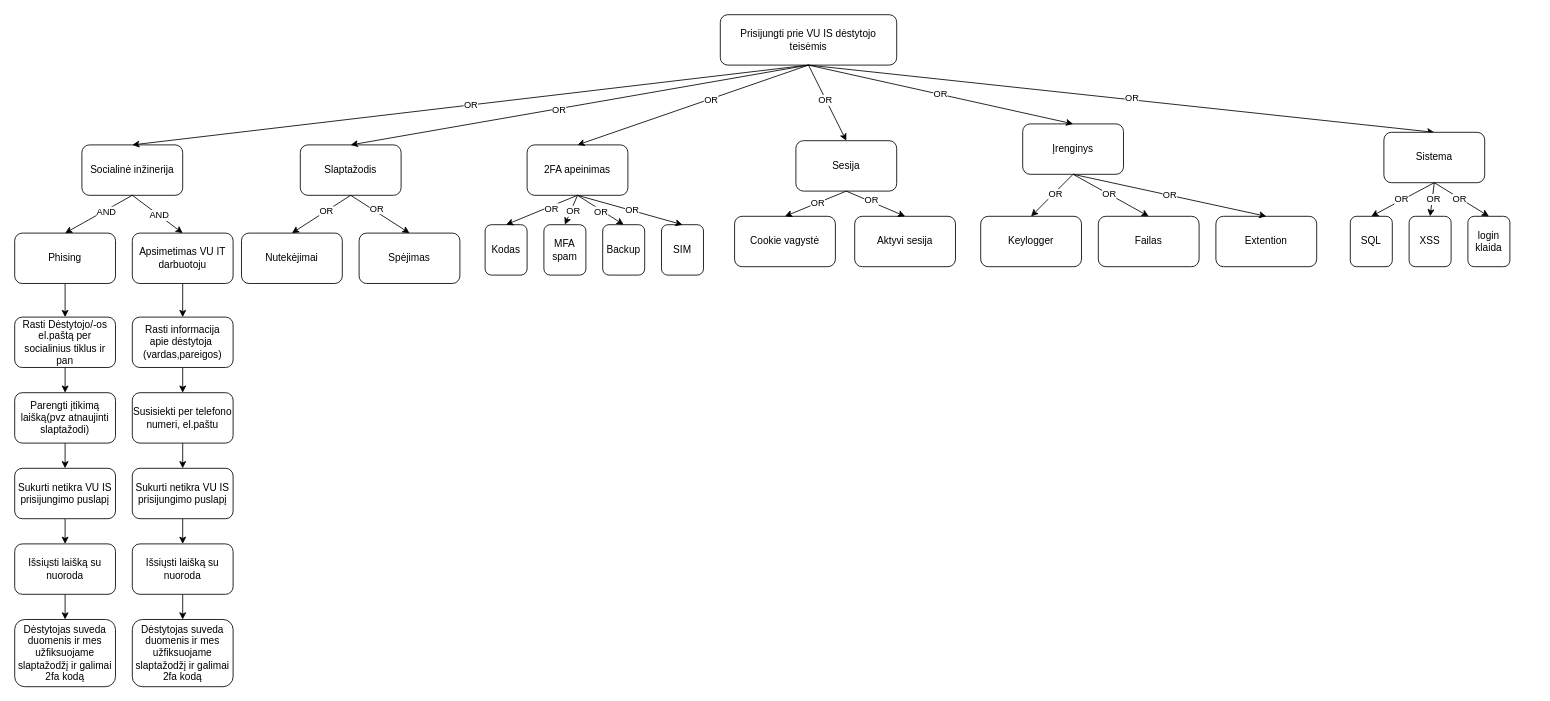
Earlier version of the draw.io diagram Diagrama be pavadinimo.drawio (ViktorijaPo/Notesapp). Source tidied: cells renumbered, new cells numbered last; positions are measured from the earlier drawing's top-left corner, leaving out a move shared by most shapes. Both pictures are drawn from the tidied source at 84%, with x=0, y=0 at pixel (14, 14).
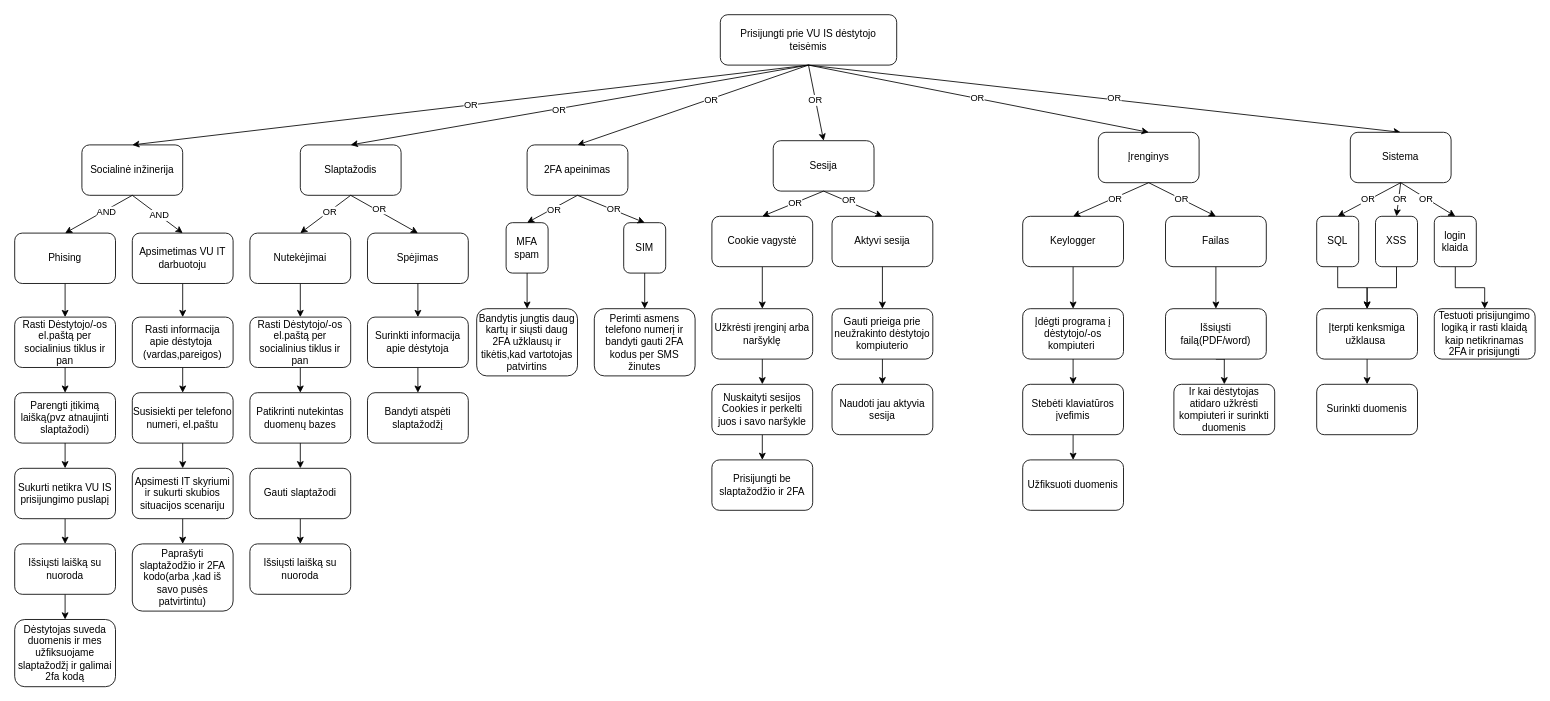
The same diagram, later.

Unchanged cells that the change refers to:
```xml
<mxCell id="6" value="2FA apeinimas" style="rounded=1;whiteSpace=wrap;html=1;" parent="1" vertex="1">
  <mxGeometry x="610" y="155" width="120" height="60" as="geometry" />
</mxCell>
```

The edit, as a diff of the source:
```diff
@@
     <mxCell id="4" value="Įrenginys" style="rounded=1;whiteSpace=wrap;html=1;" parent="1" vertex="1">
-      <mxGeometry x="1200" y="130" width="120" height="60" as="geometry" />
+      <mxGeometry x="1290" y="140" width="120" height="60" as="geometry" />
     </mxCell>
     <mxCell id="5" value="Sesija" style="rounded=1;whiteSpace=wrap;html=1;" parent="1" vertex="1">
-      <mxGeometry x="930" y="150" width="120" height="60" as="geometry" />
+      <mxGeometry x="903" y="150" width="120" height="60" as="geometry" />
     </mxCell>
@@
     <mxCell id="19" value="Sistema" style="rounded=1;whiteSpace=wrap;html=1;" parent="1" vertex="1">
-      <mxGeometry x="1630" y="140" width="120" height="60" as="geometry" />
+      <mxGeometry x="1590" y="140" width="120" height="60" as="geometry" />
     </mxCell>
@@
     <mxCell id="28" value="Spėjimas" style="rounded=1;whiteSpace=wrap;html=1;" parent="1" vertex="1">
-      <mxGeometry x="410" y="260" width="120" height="60" as="geometry" />
+      <mxGeometry x="420" y="260" width="120" height="60" as="geometry" />
     </mxCell>
+    <mxCell id="87" style="edgeStyle=orthogonalEdgeStyle;rounded=0;jettySize=auto;html=1;exitX=0.5;exitY=1;exitDx=0;exitDy=0;entryX=0.5;entryY=0;entryDx=0;entryDy=0;" parent="1" edge="1" source="29" target="97">
+      <mxGeometry relative="1" as="geometry" />
+    </mxCell>
     <mxCell id="29" value="Nutekėjimai" style="rounded=1;whiteSpace=wrap;html=1;" parent="1" vertex="1">
-      <mxGeometry x="270" y="260" width="120" height="60" as="geometry" />
+      <mxGeometry x="280" y="260" width="120" height="60" as="geometry" />
     </mxCell>
@@
-    <mxCell id="34" value="Kodas" style="rounded=1;whiteSpace=wrap;html=1;" parent="1" vertex="1">
-      <mxGeometry x="560" y="250" width="50" height="60" as="geometry" />
-    </mxCell>
-    <mxCell id="35" value="Backup" style="rounded=1;whiteSpace=wrap;html=1;" parent="1" vertex="1">
-      <mxGeometry x="700" y="250" width="50" height="60" as="geometry" />
-    </mxCell>
+    <mxCell id="88" style="edgeStyle=orthogonalEdgeStyle;rounded=0;jettySize=auto;html=1;exitX=0.5;exitY=1;exitDx=0;exitDy=0;entryX=0.5;entryY=0;entryDx=0;entryDy=0;" parent="1" edge="1" source="36" target="107">
+      <mxGeometry relative="1" as="geometry" />
+    </mxCell>
     <mxCell id="36" value="MFA spam" style="rounded=1;whiteSpace=wrap;html=1;" parent="1" vertex="1">
-      <mxGeometry x="630" y="250" width="50" height="60" as="geometry" />
+      <mxGeometry x="585" y="247.6" width="50" height="60" as="geometry" />
     </mxCell>
+    <mxCell id="89" style="edgeStyle=orthogonalEdgeStyle;rounded=0;jettySize=auto;html=1;exitX=0.5;exitY=1;exitDx=0;exitDy=0;entryX=0.5;entryY=0;entryDx=0;entryDy=0;" parent="1" edge="1" source="37" target="108">
+      <mxGeometry relative="1" as="geometry" />
+    </mxCell>
     <mxCell id="37" value="SIM" style="rounded=1;whiteSpace=wrap;html=1;" parent="1" vertex="1">
-      <mxGeometry x="770" y="250" width="50" height="60" as="geometry" />
+      <mxGeometry x="725" y="247.6" width="50" height="60" as="geometry" />
     </mxCell>
-    <mxCell id="38" style="endArrow=classic;html=1;rounded=0;entryX=0.5;entryY=0;entryDx=0;entryDy=0;exitX=0.5;exitY=1;exitDx=0;exitDy=0;" parent="1" edge="1" source="6" target="34">
-      <mxGeometry relative="1" as="geometry" />
-    </mxCell>
-    <mxCell id="39" value="OR" style="edgeLabel;html=1;align=center;verticalAlign=middle;" parent="38" vertex="1">
-      <mxGeometry x="-0.23" y="2" relative="1" as="geometry" />
-    </mxCell>
@@
-    <mxCell id="42" style="endArrow=classic;html=1;rounded=0;entryX=0.5;entryY=0;entryDx=0;entryDy=0;exitX=0.5;exitY=1;exitDx=0;exitDy=0;" parent="1" edge="1" source="6" target="35">
-      <mxGeometry relative="1" as="geometry" />
-    </mxCell>
-    <mxCell id="43" value="OR" style="edgeLabel;html=1;align=center;verticalAlign=middle;" parent="42" vertex="1">
-      <mxGeometry x="0.04" y="-2" relative="1" as="geometry" />
-    </mxCell>
@@
     <mxCell id="46" value="Aktyvi sesija" style="rounded=1;whiteSpace=wrap;html=1;" parent="1" vertex="1">
-      <mxGeometry x="1000" y="240" width="120" height="60" as="geometry" />
+      <mxGeometry x="973" y="240" width="120" height="60" as="geometry" />
     </mxCell>
+    <mxCell id="90" style="edgeStyle=orthogonalEdgeStyle;rounded=0;jettySize=auto;html=1;exitX=0.5;exitY=1;exitDx=0;exitDy=0;entryX=0.5;entryY=0;entryDx=0;entryDy=0;" parent="1" edge="1" source="47" target="110">
+      <mxGeometry relative="1" as="geometry" />
+    </mxCell>
     <mxCell id="47" value="Cookie vagystė" style="rounded=1;whiteSpace=wrap;html=1;" parent="1" vertex="1">
-      <mxGeometry x="857" y="240" width="120" height="60" as="geometry" />
+      <mxGeometry x="830" y="240" width="120" height="60" as="geometry" />
     </mxCell>
@@
-    <mxCell id="52" value="Extention" style="rounded=1;whiteSpace=wrap;html=1;" parent="1" vertex="1">
-      <mxGeometry x="1430" y="240" width="120" height="60" as="geometry" />
-    </mxCell>
+    <mxCell id="91" style="edgeStyle=orthogonalEdgeStyle;rounded=0;jettySize=auto;html=1;exitX=0.5;exitY=1;exitDx=0;exitDy=0;entryX=0.5;entryY=0;entryDx=0;entryDy=0;" parent="1" edge="1" source="53" target="124">
+      <mxGeometry relative="1" as="geometry" />
+    </mxCell>
     <mxCell id="53" value="Failas" style="rounded=1;whiteSpace=wrap;html=1;" parent="1" vertex="1">
-      <mxGeometry x="1290" y="240" width="120" height="60" as="geometry" />
+      <mxGeometry x="1370" y="240" width="120" height="60" as="geometry" />
     </mxCell>
+    <mxCell id="92" style="edgeStyle=orthogonalEdgeStyle;rounded=0;jettySize=auto;html=1;exitX=0.5;exitY=1;exitDx=0;exitDy=0;entryX=0.5;entryY=0;entryDx=0;entryDy=0;" parent="1" edge="1" source="54" target="119">
+      <mxGeometry relative="1" as="geometry" />
+    </mxCell>
     <mxCell id="54" value="Keylogger" style="rounded=1;whiteSpace=wrap;html=1;" parent="1" vertex="1">
-      <mxGeometry x="1150" y="240" width="120" height="60" as="geometry" />
+      <mxGeometry x="1200" y="240" width="120" height="60" as="geometry" />
     </mxCell>
@@
-    <mxCell id="59" value="OR" style="endArrow=classic;html=1;rounded=0;entryX=0.5;entryY=0;entryDx=0;entryDy=0;exitX=0.5;exitY=1;exitDx=0;exitDy=0;" parent="1" edge="1" source="4" target="52">
-      <mxGeometry relative="1" as="geometry" />
-    </mxCell>
+    <mxCell id="93" style="edgeStyle=orthogonalEdgeStyle;rounded=0;jettySize=auto;html=1;exitX=0.5;exitY=1;exitDx=0;exitDy=0;entryX=0.5;entryY=0;entryDx=0;entryDy=0;" parent="1" edge="1" source="60" target="127">
+      <mxGeometry relative="1" as="geometry" />
+    </mxCell>
     <mxCell id="60" value="SQL" style="rounded=1;whiteSpace=wrap;html=1;" parent="1" vertex="1">
-      <mxGeometry x="1590" y="240" width="50" height="60" as="geometry" />
+      <mxGeometry x="1550" y="240" width="50" height="60" as="geometry" />
     </mxCell>
+    <mxCell id="94" style="edgeStyle=orthogonalEdgeStyle;rounded=0;jettySize=auto;html=1;exitX=0.5;exitY=1;exitDx=0;exitDy=0;entryX=0.5;entryY=0;entryDx=0;entryDy=0;" parent="1" edge="1" source="61" target="127">
+      <mxGeometry relative="1" as="geometry" />
+    </mxCell>
     <mxCell id="61" value="XSS" style="rounded=1;whiteSpace=wrap;html=1;" parent="1" vertex="1">
-      <mxGeometry x="1660" y="240" width="50" height="60" as="geometry" />
+      <mxGeometry x="1620" y="240" width="50" height="60" as="geometry" />
     </mxCell>
+    <mxCell id="95" style="edgeStyle=orthogonalEdgeStyle;rounded=0;jettySize=auto;html=1;exitX=0.5;exitY=1;exitDx=0;exitDy=0;entryX=0.5;entryY=0;entryDx=0;entryDy=0;" parent="1" edge="1" source="62" target="129">
+      <mxGeometry relative="1" as="geometry" />
+    </mxCell>
     <mxCell id="62" value="login klaida" style="rounded=1;whiteSpace=wrap;html=1;" parent="1" vertex="1">
-      <mxGeometry x="1730" y="240" width="50" height="60" as="geometry" />
+      <mxGeometry x="1690" y="240" width="50" height="60" as="geometry" />
     </mxCell>
@@
-    <mxCell id="83" value="Sukurti netikra VU IS prisijungimo puslapį" style="rounded=1;whiteSpace=wrap;html=1;" parent="1" vertex="1">
+    <mxCell id="83" value="Apsimesti IT skyriumi&lt;div&gt;ir sukurti skubios situacijos scenariju&lt;/div&gt;" style="rounded=1;whiteSpace=wrap;html=1;" parent="1" vertex="1">
       <mxGeometry x="140" y="540" width="120" height="60" as="geometry" />
     </mxCell>
-    <mxCell id="84" style="edgeStyle=orthogonalEdgeStyle;rounded=0;jettySize=auto;html=1;exitX=0.5;exitY=1;exitDx=0;exitDy=0;entryX=0.5;entryY=0;entryDx=0;entryDy=0;" parent="1" edge="1" source="85" target="86">
-      <mxGeometry relative="1" as="geometry" />
-    </mxCell>
-    <mxCell id="85" value="Išsiųsti laišką su nuoroda" style="rounded=1;whiteSpace=wrap;html=1;" parent="1" vertex="1">
-      <mxGeometry x="140" y="630" width="120" height="60" as="geometry" />
+    <mxCell id="85" value="Paprašyti slaptažodžio ir 2FA kodo(arba ,kad iš savo pusės patvirtintu)" style="rounded=1;whiteSpace=wrap;html=1;" parent="1" vertex="1">
+      <mxGeometry x="140" y="630" width="120" height="80" as="geometry" />
     </mxCell>
-    <mxCell id="86" value="Dėstytojas suveda duomenis ir mes užfiksuojame slaptažodžį ir galimai 2fa kodą" style="rounded=1;whiteSpace=wrap;html=1;" parent="1" vertex="1">
-      <mxGeometry x="140" y="720" width="120" height="80" as="geometry" />
-    </mxCell>
+    <mxCell id="96" style="edgeStyle=orthogonalEdgeStyle;rounded=0;jettySize=auto;html=1;exitX=0.5;exitY=1;exitDx=0;exitDy=0;entryX=0.5;entryY=0;entryDx=0;entryDy=0;" parent="1" edge="1" source="97" target="99">
+      <mxGeometry relative="1" as="geometry" />
+    </mxCell>
+    <mxCell id="97" value="Rasti Dėstytojo/-os el.paštą per socialinius tiklus ir pan" style="rounded=1;whiteSpace=wrap;html=1;" parent="1" vertex="1">
+      <mxGeometry x="280" y="360" width="120" height="60" as="geometry" />
+    </mxCell>
+    <mxCell id="98" style="edgeStyle=orthogonalEdgeStyle;rounded=0;jettySize=auto;html=1;exitX=0.5;exitY=1;exitDx=0;exitDy=0;entryX=0.5;entryY=0;entryDx=0;entryDy=0;" parent="1" edge="1" source="99" target="101">
+      <mxGeometry relative="1" as="geometry" />
+    </mxCell>
+    <mxCell id="99" value="Patikrinti nutekintas duomenų bazes" style="rounded=1;whiteSpace=wrap;html=1;" parent="1" vertex="1">
+      <mxGeometry x="280" y="450" width="120" height="60" as="geometry" />
+    </mxCell>
+    <mxCell id="100" style="edgeStyle=orthogonalEdgeStyle;rounded=0;jettySize=auto;html=1;exitX=0.5;exitY=1;exitDx=0;exitDy=0;entryX=0.5;entryY=0;entryDx=0;entryDy=0;" parent="1" edge="1" source="101" target="102">
+      <mxGeometry relative="1" as="geometry" />
+    </mxCell>
+    <mxCell id="101" value="Gauti slaptažodi" style="rounded=1;whiteSpace=wrap;html=1;" parent="1" vertex="1">
+      <mxGeometry x="280" y="540" width="120" height="60" as="geometry" />
+    </mxCell>
+    <mxCell id="102" value="Išsiųsti laišką su nuoroda" style="rounded=1;whiteSpace=wrap;html=1;" parent="1" vertex="1">
+      <mxGeometry x="280" y="630" width="120" height="60" as="geometry" />
+    </mxCell>
+    <mxCell id="103" style="edgeStyle=orthogonalEdgeStyle;rounded=0;jettySize=auto;html=1;exitX=0.5;exitY=1;exitDx=0;exitDy=0;entryX=0.5;entryY=0;entryDx=0;entryDy=0;" parent="1" edge="1" source="104" target="105">
+      <mxGeometry relative="1" as="geometry" />
+    </mxCell>
+    <mxCell id="104" value="Surinkti informacija apie dėstytoja" style="rounded=1;whiteSpace=wrap;html=1;" parent="1" vertex="1">
+      <mxGeometry x="420" y="360" width="120" height="60" as="geometry" />
+    </mxCell>
+    <mxCell id="105" value="Bandyti atspėti slaptažodžį" style="rounded=1;whiteSpace=wrap;html=1;" parent="1" vertex="1">
+      <mxGeometry x="420" y="450" width="120" height="60" as="geometry" />
+    </mxCell>
+    <mxCell id="106" style="edgeStyle=orthogonalEdgeStyle;rounded=0;jettySize=auto;html=1;exitX=0.5;exitY=1;exitDx=0;exitDy=0;entryX=0.5;entryY=0;entryDx=0;entryDy=0;" parent="1" edge="1" source="28" target="104">
+      <mxGeometry relative="1" as="geometry" />
+    </mxCell>
+    <mxCell id="107" value="Bandytis jungtis daug kartų ir siųsti daug 2FA užklausų ir tikėtis,kad vartotojas patvirtins" style="rounded=1;whiteSpace=wrap;html=1;" parent="1" vertex="1">
+      <mxGeometry x="550" y="350" width="120" height="80" as="geometry" />
+    </mxCell>
+    <mxCell id="108" value="Perimti asmens telefono numerį ir bandyti gauti 2FA kodus per SMS žinutes" style="rounded=1;whiteSpace=wrap;html=1;" parent="1" vertex="1">
+      <mxGeometry x="690" y="350" width="120" height="80" as="geometry" />
+    </mxCell>
+    <mxCell id="109" style="edgeStyle=orthogonalEdgeStyle;rounded=0;jettySize=auto;html=1;exitX=0.5;exitY=1;exitDx=0;exitDy=0;entryX=0.5;entryY=0;entryDx=0;entryDy=0;" parent="1" edge="1" source="110" target="112">
+      <mxGeometry relative="1" as="geometry" />
+    </mxCell>
+    <mxCell id="110" value="Užkrėsti įrenginį arba naršyklę" style="rounded=1;whiteSpace=wrap;html=1;" parent="1" vertex="1">
+      <mxGeometry x="830" y="350" width="120" height="60" as="geometry" />
+    </mxCell>
+    <mxCell id="111" style="edgeStyle=orthogonalEdgeStyle;rounded=0;jettySize=auto;html=1;exitX=0.5;exitY=1;exitDx=0;exitDy=0;entryX=0.5;entryY=0;entryDx=0;entryDy=0;" parent="1" edge="1" source="112" target="113">
+      <mxGeometry relative="1" as="geometry" />
+    </mxCell>
+    <mxCell id="112" value="Nuskaityti sesijos Cookies ir perkelti juos i savo naršykle" style="rounded=1;whiteSpace=wrap;html=1;" parent="1" vertex="1">
+      <mxGeometry x="830" y="440" width="120" height="60" as="geometry" />
+    </mxCell>
+    <mxCell id="113" value="Prisijungti be slaptažodžio ir 2FA" style="rounded=1;whiteSpace=wrap;html=1;" parent="1" vertex="1">
+      <mxGeometry x="830" y="530" width="120" height="60" as="geometry" />
+    </mxCell>
+    <mxCell id="114" style="edgeStyle=orthogonalEdgeStyle;rounded=0;jettySize=auto;html=1;exitX=0.5;exitY=1;exitDx=0;exitDy=0;entryX=0.5;entryY=0;entryDx=0;entryDy=0;" parent="1" edge="1" source="115" target="117">
+      <mxGeometry relative="1" as="geometry" />
+    </mxCell>
+    <mxCell id="115" value="Gauti prieiga prie neužrakinto dėstytojo kompiuterio" style="rounded=1;whiteSpace=wrap;html=1;" parent="1" vertex="1">
+      <mxGeometry x="973" y="350" width="120" height="60" as="geometry" />
+    </mxCell>
+    <mxCell id="116" style="endArrow=classic;html=1;rounded=0;entryX=0.5;entryY=0;entryDx=0;entryDy=0;exitX=0.5;exitY=1;exitDx=0;exitDy=0;" parent="1" edge="1" source="46" target="115">
+      <mxGeometry relative="1" as="geometry" />
+    </mxCell>
+    <mxCell id="117" value="Naudoti jau aktyvia sesija" style="rounded=1;whiteSpace=wrap;html=1;" parent="1" vertex="1">
+      <mxGeometry x="973" y="440" width="120" height="60" as="geometry" />
+    </mxCell>
+    <mxCell id="118" style="edgeStyle=orthogonalEdgeStyle;rounded=0;jettySize=auto;html=1;exitX=0.5;exitY=1;exitDx=0;exitDy=0;entryX=0.5;entryY=0;entryDx=0;entryDy=0;" parent="1" edge="1" source="119" target="121">
+      <mxGeometry relative="1" as="geometry" />
+    </mxCell>
+    <mxCell id="119" value="Įdėgti programa į dėstytojo/-os kompiuteri&amp;nbsp;" style="rounded=1;whiteSpace=wrap;html=1;" parent="1" vertex="1">
+      <mxGeometry x="1200" y="350" width="120" height="60" as="geometry" />
+    </mxCell>
+    <mxCell id="120" style="edgeStyle=orthogonalEdgeStyle;rounded=0;jettySize=auto;html=1;exitX=0.5;exitY=1;exitDx=0;exitDy=0;entryX=0.5;entryY=0;entryDx=0;entryDy=0;" parent="1" edge="1" source="121" target="122">
+      <mxGeometry relative="1" as="geometry" />
+    </mxCell>
+    <mxCell id="121" value="Stebėti klaviatūros įvefimis" style="rounded=1;whiteSpace=wrap;html=1;" parent="1" vertex="1">
+      <mxGeometry x="1200" y="440" width="120" height="60" as="geometry" />
+    </mxCell>
+    <mxCell id="122" value="Užfiksuoti duomenis" style="rounded=1;whiteSpace=wrap;html=1;" parent="1" vertex="1">
+      <mxGeometry x="1200" y="530" width="120" height="60" as="geometry" />
+    </mxCell>
+    <mxCell id="123" style="edgeStyle=orthogonalEdgeStyle;rounded=0;jettySize=auto;html=1;exitX=0.5;exitY=1;exitDx=0;exitDy=0;entryX=0.5;entryY=0;entryDx=0;entryDy=0;" parent="1" edge="1" source="124" target="125">
+      <mxGeometry relative="1" as="geometry" />
+    </mxCell>
+    <mxCell id="124" value="Išsiųsti failą(PDF/word)" style="rounded=1;whiteSpace=wrap;html=1;" parent="1" vertex="1">
+      <mxGeometry x="1370" y="350" width="120" height="60" as="geometry" />
+    </mxCell>
+    <mxCell id="125" value="Ir kai dėstytojas atidaro užkrėsti kompiuteri ir surinkti duomenis" style="rounded=1;whiteSpace=wrap;html=1;" parent="1" vertex="1">
+      <mxGeometry x="1380" y="440" width="120" height="60" as="geometry" />
+    </mxCell>
+    <mxCell id="126" style="edgeStyle=orthogonalEdgeStyle;rounded=0;jettySize=auto;html=1;exitX=0.5;exitY=1;exitDx=0;exitDy=0;entryX=0.5;entryY=0;entryDx=0;entryDy=0;" parent="1" edge="1" source="127" target="128">
+      <mxGeometry relative="1" as="geometry" />
+    </mxCell>
+    <mxCell id="127" value="Įterpti kenksmiga užklausa&amp;nbsp;" style="rounded=1;whiteSpace=wrap;html=1;" parent="1" vertex="1">
+      <mxGeometry x="1550" y="350" width="120" height="60" as="geometry" />
+    </mxCell>
+    <mxCell id="128" value="Surinkti duomenis" style="rounded=1;whiteSpace=wrap;html=1;" parent="1" vertex="1">
+      <mxGeometry x="1550" y="440" width="120" height="60" as="geometry" />
+    </mxCell>
+    <mxCell id="129" value="Testuoti prisijungimo logiką ir rasti klaidą kaip netikrinamas 2FA ir prisijungti" style="rounded=1;whiteSpace=wrap;html=1;" parent="1" vertex="1">
+      <mxGeometry x="1690" y="350" width="120" height="60" as="geometry" />
+    </mxCell>
```
